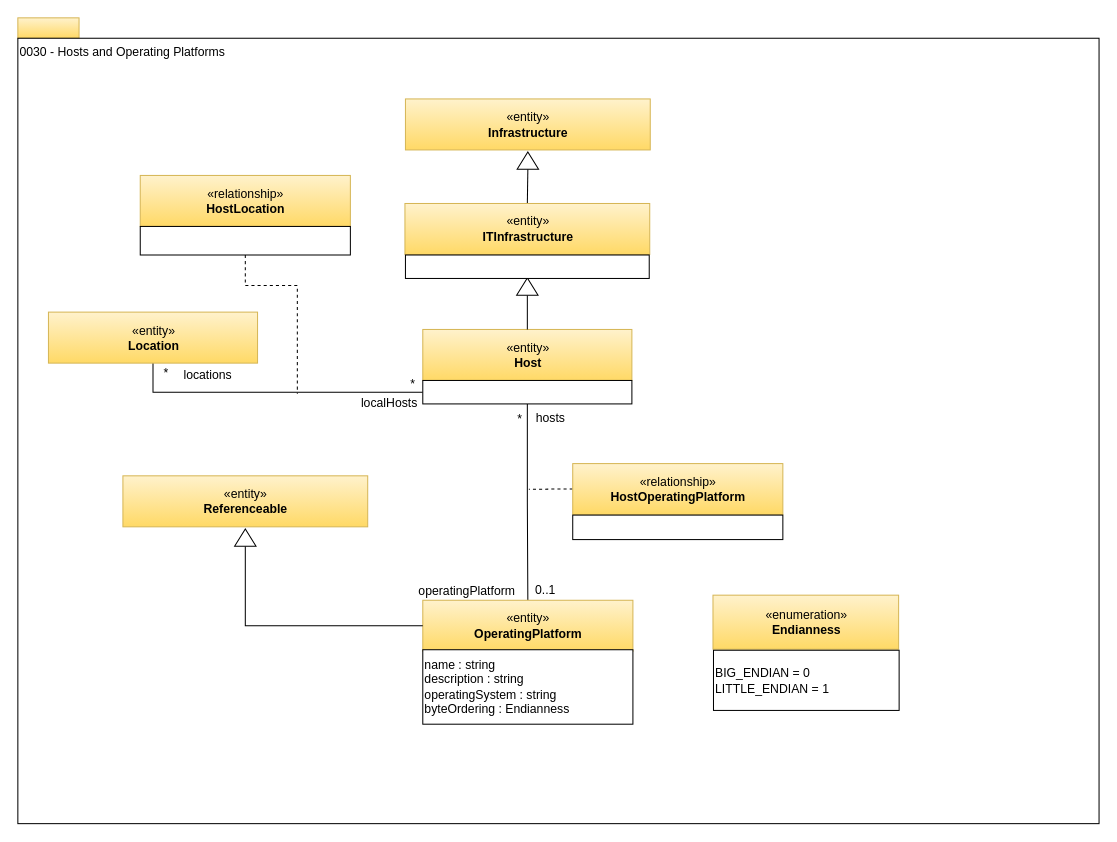
Earlier version of the draw.io diagram page "0030-Hosts-and-Platforms" (10 of 21) of open-metadata-publication/website/open-metadata-types/area-0-basic-types-and-infrastructure.drawio (odpi/egeria). Source tidied: cells renumbered, new cells numbered last; positions are measured from the earlier drawing's top-left corner, leaving out a move shared by most shapes. Both pictures are drawn from the tidied source at 102%, with x=0, y=0 at pixel (17, 17).
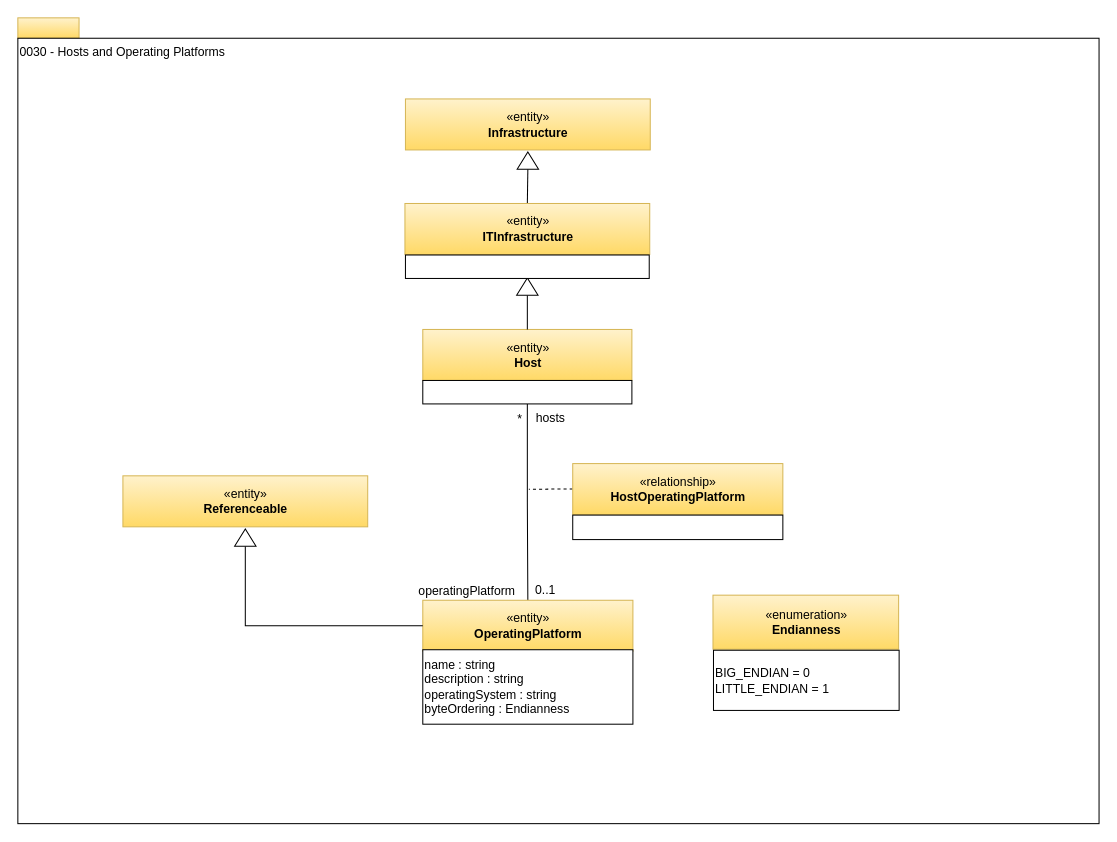
The same diagram, later.

The change refers to these unchanged cells:
```xml
<mxCell id="15" style="rounded=0;whiteSpace=wrap;html=1;strokeColor=#000000;gradientColor=#ffffff;align=left;" parent="1" vertex="1">
  <mxGeometry x="397" y="355.5" width="205" height="23" as="geometry" />
</mxCell>
```

The edit, as a diff of the source:
```diff
@@
-    <mxCell id="14" style="edgeStyle=orthogonalEdgeStyle;rounded=0;html=1;exitX=0;exitY=0.5;entryX=0.5;entryY=1;endArrow=none;endFill=0;jettySize=auto;" parent="1" edge="1" source="15" target="16">
-      <mxGeometry relative="1" as="geometry" />
-    </mxCell>
@@
-    <mxCell id="16" value="«entity»&lt;br&gt;&lt;b&gt;Location&lt;/b&gt;" style="html=1;strokeColor=#d6b656;align=center;fillColor=#fff2cc;gradientColor=#ffd966;" parent="1" vertex="1">
-      <mxGeometry x="30" y="288.5" width="205" height="50" as="geometry" />
-    </mxCell>
-    <mxCell id="17" value="*" style="text;html=1;align=center;verticalAlign=top;spacingTop=-4;" parent="1" vertex="1">
-      <mxGeometry x="379.5" y="348.5" width="15" height="14" as="geometry" />
-    </mxCell>
-    <mxCell id="18" value="*" style="text;html=1;align=center;verticalAlign=top;spacingTop=-4;" parent="1" vertex="1">
-      <mxGeometry x="137.5" y="338.5" width="15" height="14" as="geometry" />
-    </mxCell>
-    <mxCell id="19" value="localHosts" style="text;html=1;align=center;verticalAlign=top;spacingTop=-4;" parent="1" vertex="1">
-      <mxGeometry x="331" y="367.5" width="65" height="14" as="geometry" />
-    </mxCell>
-    <mxCell id="20" value="locations" style="text;html=1;align=center;verticalAlign=top;spacingTop=-4;" parent="1" vertex="1">
-      <mxGeometry x="157.5" y="340.5" width="57" height="14" as="geometry" />
-    </mxCell>
@@
-    <mxCell id="26" style="edgeStyle=orthogonalEdgeStyle;rounded=0;html=1;exitX=0.5;exitY=1;endArrow=none;endFill=0;jettySize=auto;dashed=1;" parent="1" edge="1" source="28">
-      <mxGeometry relative="1" as="geometry">
-        <mxPoint x="274" y="368.5" as="targetPoint" />
-        <Array as="points">
-          <mxPoint x="223" y="262.5" />
-          <mxPoint x="274" y="262.5" />
-        </Array>
-      </mxGeometry>
-    </mxCell>
-    <mxCell id="27" value="«relationship»&lt;br&gt;&lt;b&gt;HostLocation&lt;/b&gt;" style="html=1;strokeColor=#d6b656;align=center;fillColor=#fff2cc;gradientColor=#ffd966;" parent="1" vertex="1">
-      <mxGeometry x="120" y="154.5" width="206" height="50" as="geometry" />
-    </mxCell>
-    <mxCell id="28" style="rounded=0;whiteSpace=wrap;html=1;strokeColor=#000000;gradientColor=#ffffff;align=left;" parent="1" vertex="1">
-      <mxGeometry x="120" y="204.5" width="206" height="28" as="geometry" />
-    </mxCell>
```
